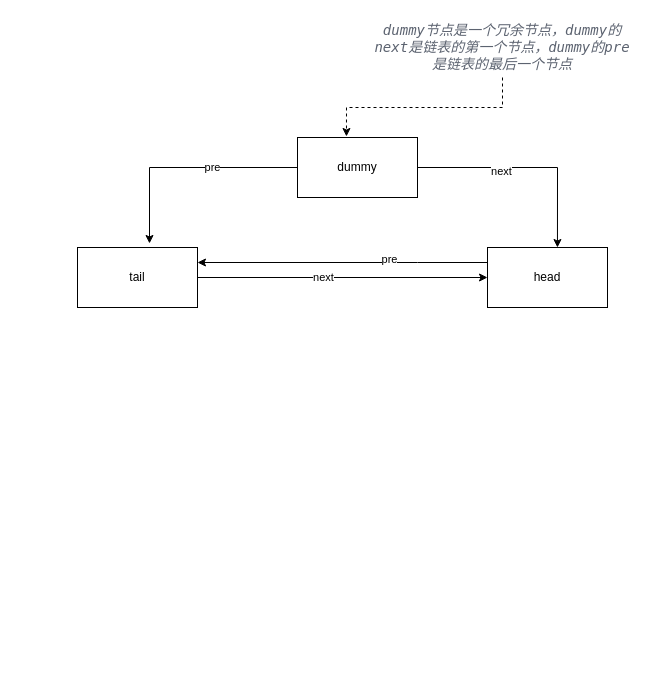
This is RLUCache.drawio from JamalyYao/diagrams.net-graph, a draw.io file, before an edit. Source tidied: cells renumbered, new cells numbered last; positions are measured from the earlier drawing's top-left corner, leaving out a move shared by most shapes. Both pictures are drawn from the tidied source at 100%, with x=0, y=0 at pixel (77, 17).
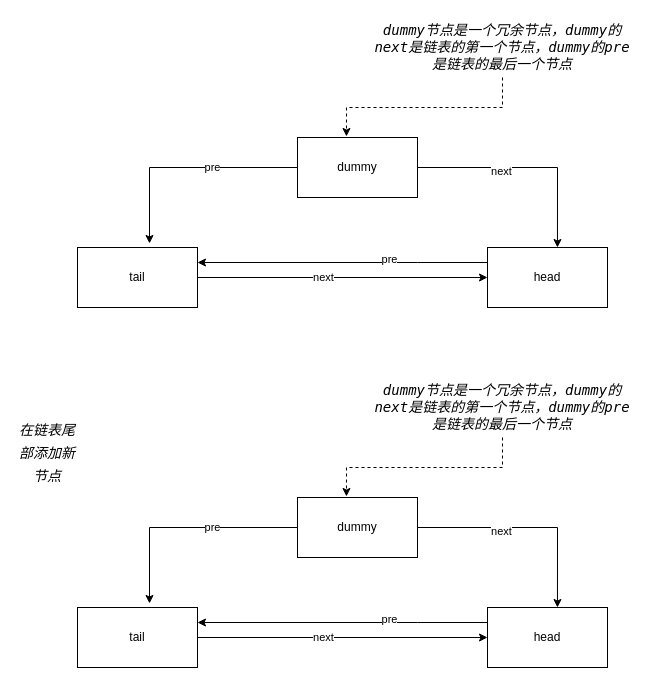
The same diagram, later.

What changed in the source:
```diff
@@
-    <mxCell id="14" value="&lt;span style=&quot;color: rgb(92 , 99 , 112) ; font-family: &amp;#34;source code pro&amp;#34; , &amp;#34;dejavu sans mono&amp;#34; , &amp;#34;ubuntu mono&amp;#34; , &amp;#34;anonymous pro&amp;#34; , &amp;#34;droid sans mono&amp;#34; , &amp;#34;menlo&amp;#34; , &amp;#34;monaco&amp;#34; , &amp;#34;consolas&amp;#34; , &amp;#34;inconsolata&amp;#34; , &amp;#34;courier&amp;#34; , &amp;#34;pingfang sc&amp;#34; , &amp;#34;microsoft yahei&amp;#34; , sans-serif ; font-size: 14px ; font-style: italic ; background-color: rgb(255 , 255 , 255)&quot;&gt;dummy节点是一个冗余节点，dummy的next是链表的第一个节点，dummy的pre是链表的最后一个节点&lt;/span&gt;" style="text;html=1;strokeColor=none;fillColor=none;align=center;verticalAlign=middle;whiteSpace=wrap;rounded=0;" parent="1" vertex="1">
+    <mxCell id="14" value="&lt;span style=&quot;font-family: &amp;quot;source code pro&amp;quot;, &amp;quot;dejavu sans mono&amp;quot;, &amp;quot;ubuntu mono&amp;quot;, &amp;quot;anonymous pro&amp;quot;, &amp;quot;droid sans mono&amp;quot;, menlo, monaco, consolas, inconsolata, courier, &amp;quot;pingfang sc&amp;quot;, &amp;quot;microsoft yahei&amp;quot;, sans-serif; font-size: 14px; font-style: italic; background-color: rgb(255, 255, 255);&quot;&gt;dummy节点是一个冗余节点，dummy的next是链表的第一个节点，dummy的pre是链表的最后一个节点&lt;/span&gt;" style="text;html=1;strokeColor=none;fillColor=none;align=center;verticalAlign=middle;whiteSpace=wrap;rounded=0;fontColor=#000000;" parent="1" vertex="1">
       <mxGeometry x="290" width="270" height="60" as="geometry" />
     </mxCell>
+    <mxCell id="15" value="&lt;span style=&quot;font-family: &amp;quot;source code pro&amp;quot;, &amp;quot;dejavu sans mono&amp;quot;, &amp;quot;ubuntu mono&amp;quot;, &amp;quot;anonymous pro&amp;quot;, &amp;quot;droid sans mono&amp;quot;, menlo, monaco, consolas, inconsolata, courier, &amp;quot;pingfang sc&amp;quot;, &amp;quot;microsoft yahei&amp;quot;, sans-serif; font-size: 14px; font-style: italic; background-color: rgb(255, 255, 255);&quot;&gt;在链表尾部添加新节点&lt;/span&gt;" style="text;html=1;strokeColor=none;fillColor=none;align=center;verticalAlign=middle;whiteSpace=wrap;rounded=0;labelBackgroundColor=#FFFFFF;fontSize=19;fontColor=#000000;" parent="1" vertex="1">
+      <mxGeometry x="-60" y="420" width="60" height="30" as="geometry" />
+    </mxCell>
+    <mxCell id="16" style="edgeStyle=orthogonalEdgeStyle;rounded=0;jettySize=auto;html=1;entryX=0.583;entryY=0;entryDx=0;entryDy=0;entryPerimeter=0;" parent="1" edge="1" source="20" target="23">
+      <mxGeometry relative="1" as="geometry" />
+    </mxCell>
+    <mxCell id="17" value="next" style="edgeLabel;html=1;align=center;verticalAlign=middle;" parent="16" vertex="1">
+      <mxGeometry x="-0.25" y="-3" relative="1" as="geometry" />
+    </mxCell>
+    <mxCell id="18" style="edgeStyle=orthogonalEdgeStyle;rounded=0;jettySize=auto;html=1;entryX=0.6;entryY=-0.067;entryDx=0;entryDy=0;entryPerimeter=0;" parent="1" edge="1" source="20" target="26">
+      <mxGeometry relative="1" as="geometry" />
+    </mxCell>
+    <mxCell id="19" value="pre" style="edgeLabel;html=1;align=center;verticalAlign=middle;" parent="18" vertex="1">
+      <mxGeometry x="-0.23" y="-1" relative="1" as="geometry" />
+    </mxCell>
+    <mxCell id="20" value="dummy" style="rounded=0;whiteSpace=wrap;html=1;" parent="1" vertex="1">
+      <mxGeometry x="220" y="480" width="120" height="60" as="geometry" />
+    </mxCell>
+    <mxCell id="21" style="edgeStyle=orthogonalEdgeStyle;rounded=0;jettySize=auto;html=1;entryX=1;entryY=0.25;entryDx=0;entryDy=0;" parent="1" edge="1" source="23" target="26">
+      <mxGeometry relative="1" as="geometry">
+        <Array as="points">
+          <mxPoint x="340" y="605" />
+          <mxPoint x="340" y="605" />
+        </Array>
+      </mxGeometry>
+    </mxCell>
+    <mxCell id="22" value="pre" style="edgeLabel;html=1;align=center;verticalAlign=middle;" parent="21" vertex="1">
+      <mxGeometry x="-0.32" y="-4" relative="1" as="geometry" />
+    </mxCell>
+    <mxCell id="23" value="head" style="rounded=0;whiteSpace=wrap;html=1;" parent="1" vertex="1">
+      <mxGeometry x="410" y="590" width="120" height="60" as="geometry" />
+    </mxCell>
+    <mxCell id="24" style="edgeStyle=orthogonalEdgeStyle;rounded=0;jettySize=auto;html=1;entryX=0;entryY=0.5;entryDx=0;entryDy=0;" parent="1" edge="1" source="26" target="23">
+      <mxGeometry relative="1" as="geometry" />
+    </mxCell>
+    <mxCell id="25" value="next" style="edgeLabel;html=1;align=center;verticalAlign=middle;" parent="24" vertex="1">
+      <mxGeometry x="-0.14" y="1" relative="1" as="geometry" />
+    </mxCell>
+    <mxCell id="26" value="tail" style="rounded=0;whiteSpace=wrap;html=1;" parent="1" vertex="1">
+      <mxGeometry y="590" width="120" height="60" as="geometry" />
+    </mxCell>
+    <mxCell id="27" style="edgeStyle=orthogonalEdgeStyle;rounded=0;jettySize=auto;html=1;entryX=0.408;entryY=-0.017;entryDx=0;entryDy=0;entryPerimeter=0;dashed=1;" parent="1" edge="1" source="28" target="20">
+      <mxGeometry relative="1" as="geometry" />
+    </mxCell>
+    <mxCell id="28" value="&lt;span style=&quot;font-family: &amp;quot;source code pro&amp;quot;, &amp;quot;dejavu sans mono&amp;quot;, &amp;quot;ubuntu mono&amp;quot;, &amp;quot;anonymous pro&amp;quot;, &amp;quot;droid sans mono&amp;quot;, menlo, monaco, consolas, inconsolata, courier, &amp;quot;pingfang sc&amp;quot;, &amp;quot;microsoft yahei&amp;quot;, sans-serif; font-size: 14px; font-style: italic; background-color: rgb(255, 255, 255);&quot;&gt;dummy节点是一个冗余节点，dummy的next是链表的第一个节点，dummy的pre是链表的最后一个节点&lt;/span&gt;" style="text;html=1;strokeColor=none;fillColor=none;align=center;verticalAlign=middle;whiteSpace=wrap;rounded=0;fontColor=#000000;" parent="1" vertex="1">
+      <mxGeometry x="290" y="360" width="270" height="60" as="geometry" />
+    </mxCell>
```
